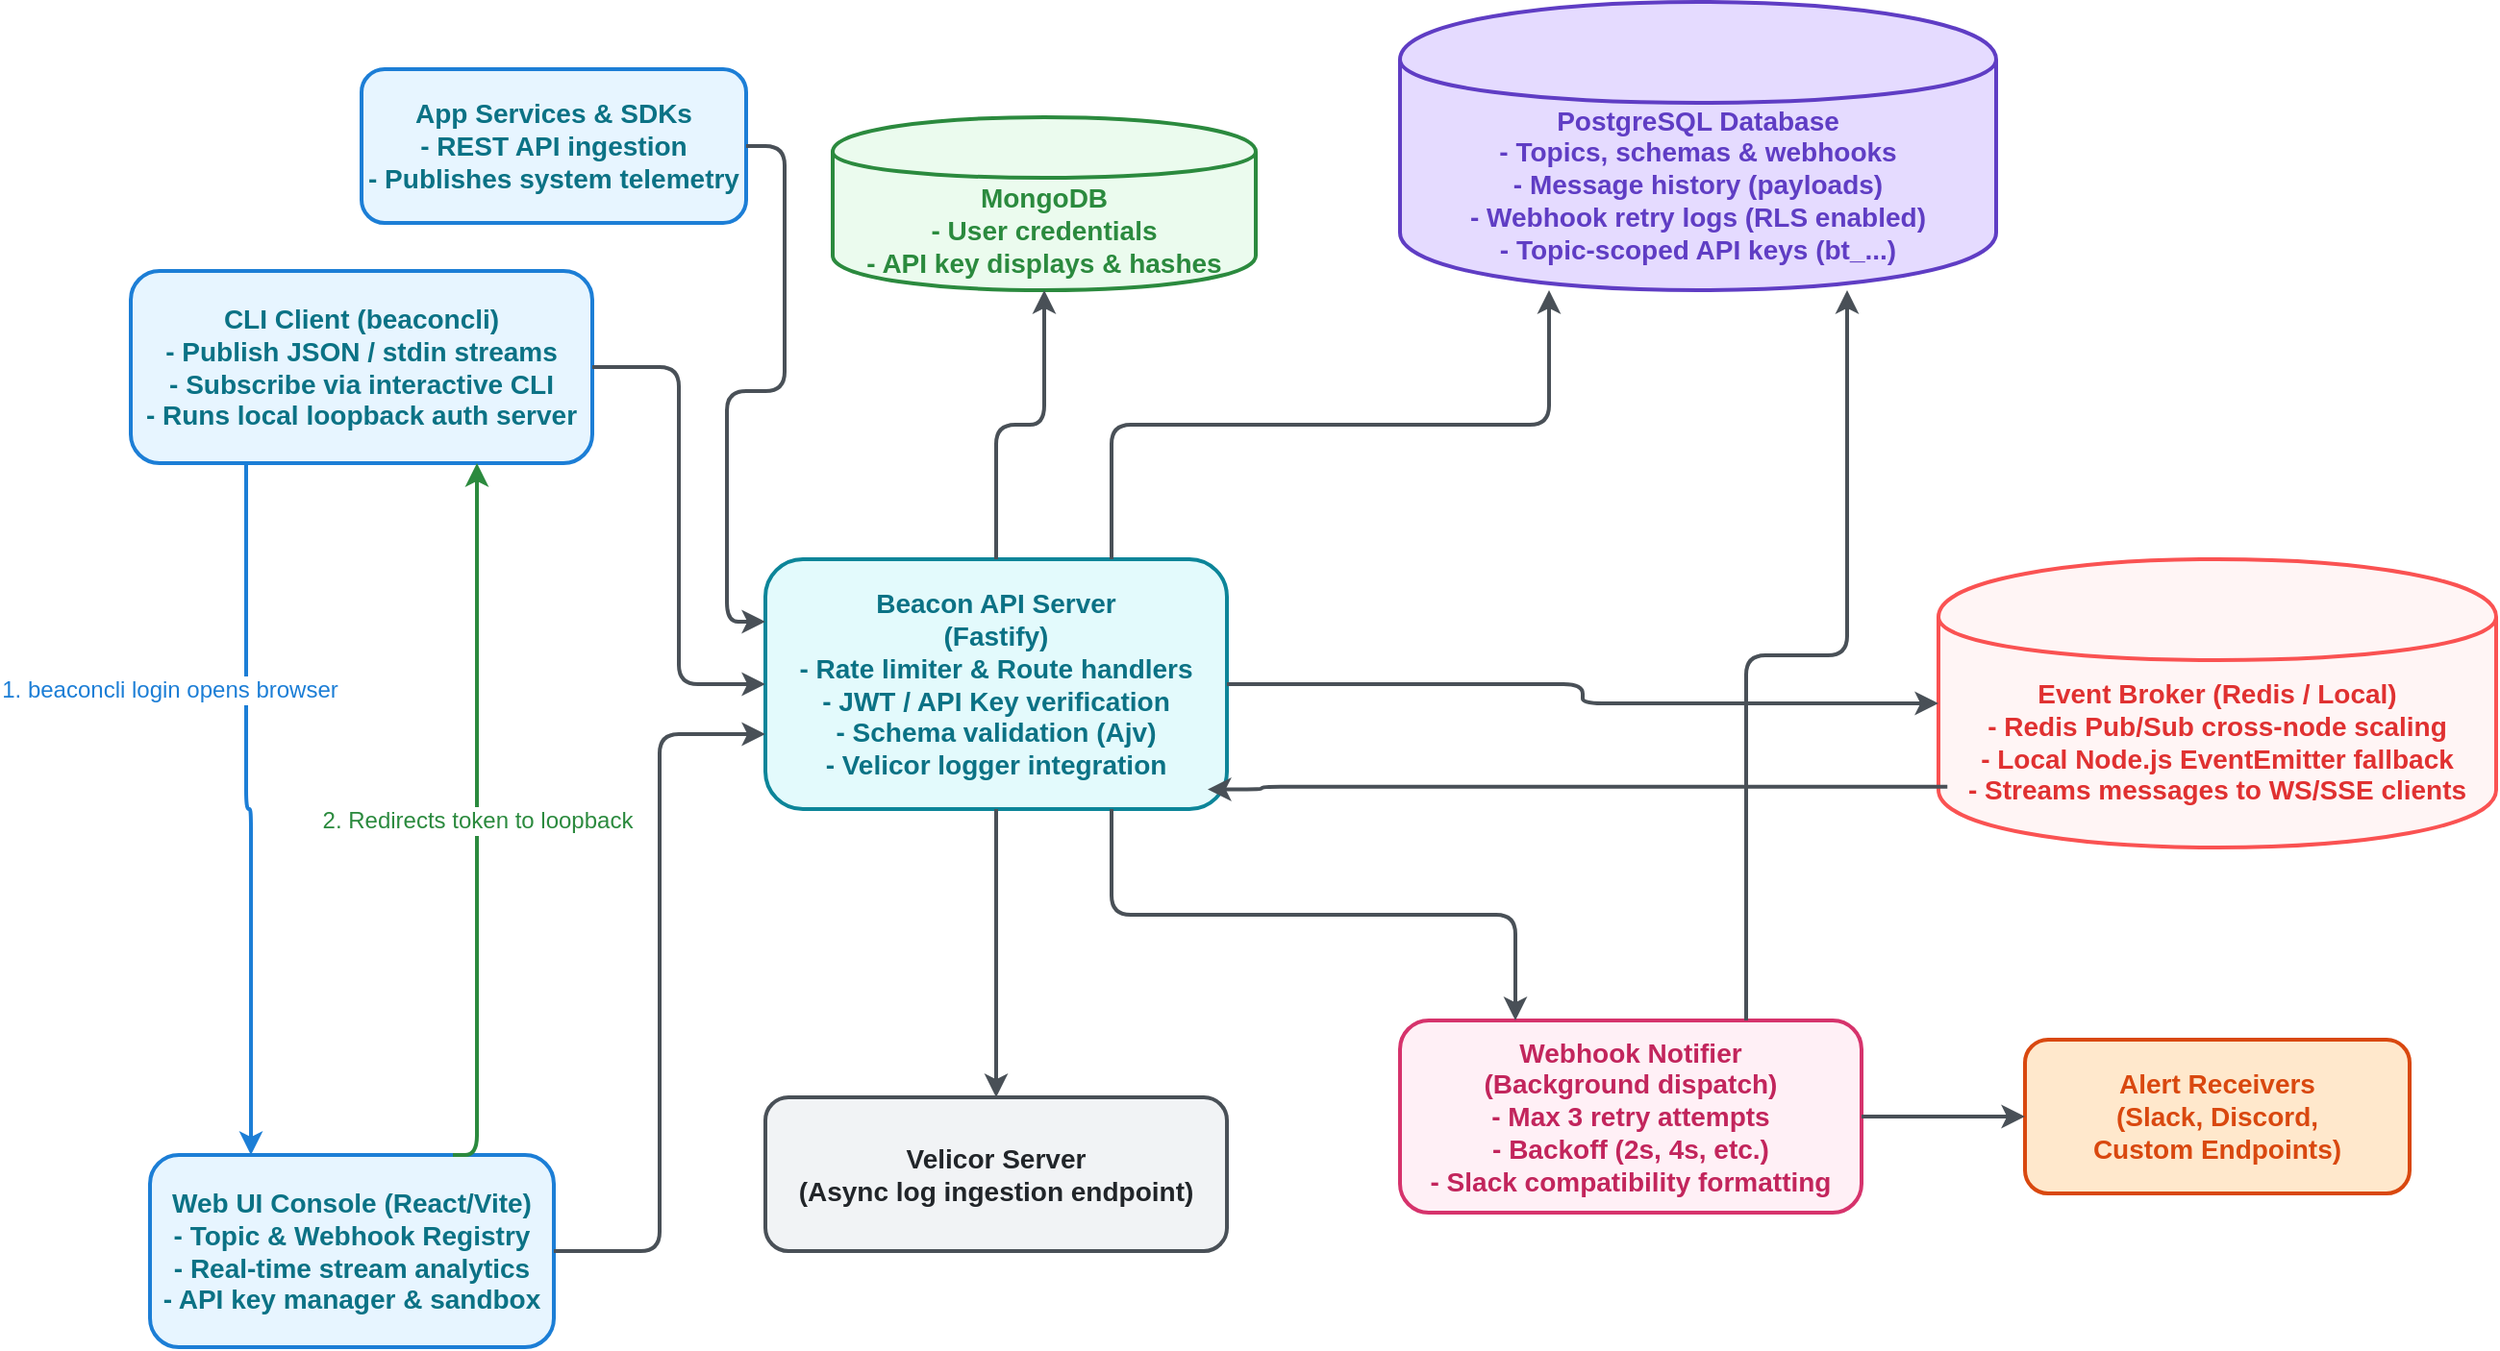
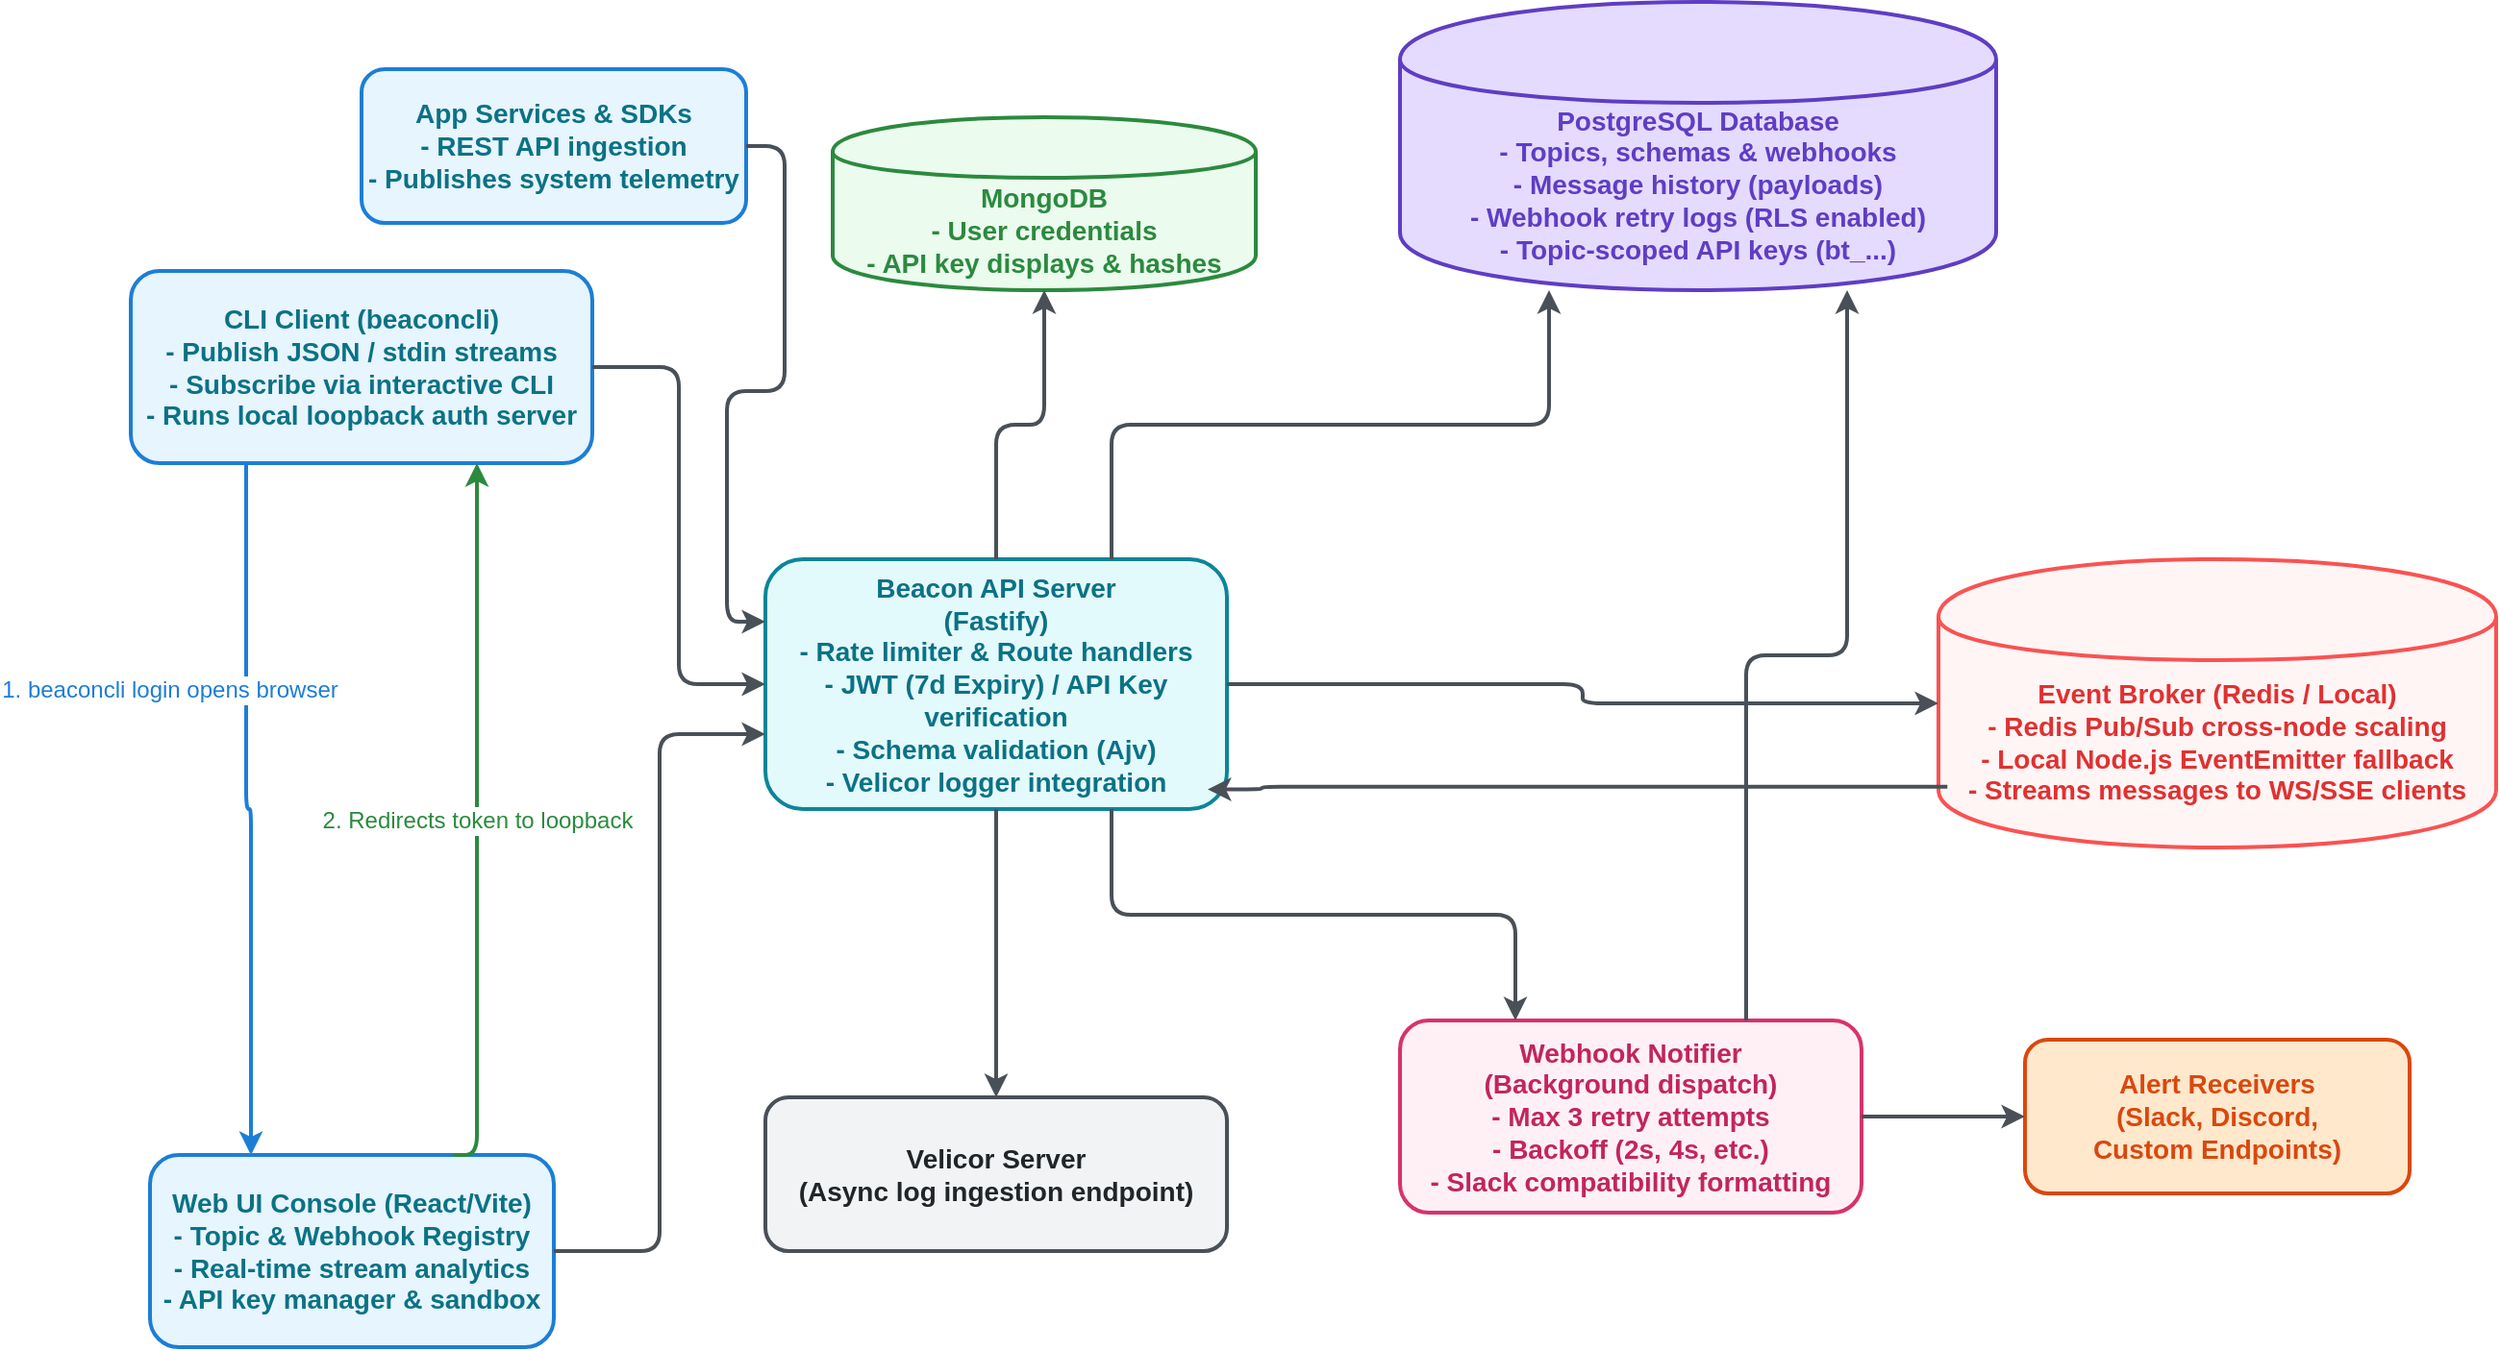
<mxfile host="Electron">
  <diagram name="Beacon Architecture" id="beacon-architecture-diag">
    <mxGraphModel dx="2862" dy="927" grid="1" gridSize="10" guides="1" tooltips="1" connect="1" arrows="1" fold="1" page="1" pageScale="1" pageWidth="850" pageHeight="1100" math="0" shadow="0">
      <root>
        <mxCell id="0" />
        <mxCell id="1" parent="0" />
        <mxCell id="beacon-app-client" parent="1" style="rounded=1;whiteSpace=wrap;html=1;strokeWidth=2;fontSize=14;fontStyle=1;fillColor=#e7f5ff;strokeColor=#1c7ed6;fontColor=#0b7285;" value="App Services &amp;amp; SDKs&lt;br/&gt;- REST API ingestion&lt;br/&gt;- Publishes system telemetry" vertex="1">
          <mxGeometry height="80" width="200" x="180" y="135" as="geometry" />
        </mxCell>
        <mxCell id="beacon-publisher" parent="1" style="rounded=1;whiteSpace=wrap;html=1;strokeWidth=2;fontSize=14;fontStyle=1;fillColor=#e7f5ff;strokeColor=#1c7ed6;fontColor=#0b7285;" value="CLI Client (beaconcli)&lt;br/&gt;- Publish JSON / stdin streams&lt;br/&gt;- Subscribe via interactive CLI&lt;br/&gt;- Runs local loopback auth server" vertex="1">
          <mxGeometry height="100" width="240" x="60" y="240" as="geometry" />
        </mxCell>
        <mxCell id="beacon-subscriber" parent="1" style="rounded=1;whiteSpace=wrap;html=1;strokeWidth=2;fontSize=14;fontStyle=1;fillColor=#e7f5ff;strokeColor=#1c7ed6;fontColor=#0b7285;" value="Web UI Console (React/Vite)&lt;br/&gt;- Topic &amp;amp; Webhook Registry&lt;br/&gt;- Real-time stream analytics&lt;br/&gt;- API key manager &amp;amp; sandbox" vertex="1">
          <mxGeometry height="100" width="210" x="70" y="700" as="geometry" />
        </mxCell>
-         <mxCell id="beacon-api" parent="1" style="rounded=1;whiteSpace=wrap;html=1;strokeWidth=2;fontSize=14;fontStyle=1;fillColor=#e3fafc;strokeColor=#0c8599;fontColor=#0b7285;" value="Beacon API Server&lt;br/&gt;(Fastify)&lt;br/&gt;- Rate limiter &amp;amp; Route handlers&lt;br/&gt;- JWT / API Key verification&lt;br/&gt;- Schema validation (Ajv)&lt;br/&gt;- Velicor logger integration" vertex="1">
+         <mxCell id="beacon-api" parent="1" style="rounded=1;whiteSpace=wrap;html=1;strokeWidth=2;fontSize=14;fontStyle=1;fillColor=#e3fafc;strokeColor=#0c8599;fontColor=#0b7285;" value="Beacon API Server&lt;br/&gt;(Fastify)&lt;br/&gt;- Rate limiter &amp;amp; Route handlers&lt;br/&gt;- JWT (7d Expiry) / API Key verification&lt;br/&gt;- Schema validation (Ajv)&lt;br/&gt;- Velicor logger integration" vertex="1">
          <mxGeometry height="130" width="240" x="390" y="390" as="geometry" />
        </mxCell>
        <mxCell id="beacon-mongodb" parent="1" style="shape=cylinder;whiteSpace=wrap;html=1;boundedLbl=1;backgroundOutline=1;strokeWidth=2;fontSize=14;fontStyle=1;fillColor=#ebfbee;strokeColor=#2b8a3e;fontColor=#2b8a3e;" value="MongoDB&lt;br/&gt;- User credentials&lt;br/&gt;- API key displays &amp;amp; hashes" vertex="1">
          <mxGeometry height="90" width="220" x="425" y="160" as="geometry" />
        </mxCell>
        <mxCell id="beacon-postgresql" parent="1" style="shape=cylinder;whiteSpace=wrap;html=1;boundedLbl=1;backgroundOutline=1;strokeWidth=2;fontSize=14;fontStyle=1;fillColor=#e5dbff;strokeColor=#5f3dc4;fontColor=#5f3dc4;" value="PostgreSQL Database&lt;br/&gt;- Topics, schemas &amp;amp; webhooks&lt;br/&gt;- Message history (payloads)&lt;br/&gt;- Webhook retry logs (RLS enabled)&lt;br/&gt;- Topic-scoped API keys (bt_...)" vertex="1">
          <mxGeometry height="150" width="310" x="720" y="100" as="geometry" />
        </mxCell>
        <mxCell id="beacon-redis" parent="1" style="shape=cylinder;whiteSpace=wrap;html=1;boundedLbl=1;backgroundOutline=1;strokeWidth=2;fontSize=14;fontStyle=1;fillColor=#fff5f5;strokeColor=#fa5252;fontColor=#e03131;" value="Event Broker (Redis / Local)&lt;br/&gt;- Redis Pub/Sub cross-node scaling&lt;br/&gt;- Local Node.js EventEmitter fallback&lt;br/&gt;- Streams messages to WS/SSE clients" vertex="1">
          <mxGeometry height="150" width="290" x="1000" y="390" as="geometry" />
        </mxCell>
        <mxCell id="beacon-webhooks" parent="1" style="rounded=1;whiteSpace=wrap;html=1;strokeWidth=2;fontSize=14;fontStyle=1;fillColor=#fff0f6;strokeColor=#d6336c;fontColor=#c2255c;" value="Webhook Notifier&lt;br/&gt;(Background dispatch)&lt;br/&gt;- Max 3 retry attempts&lt;br/&gt;- Backoff (2s, 4s, etc.)&lt;br/&gt;- Slack compatibility formatting" vertex="1">
          <mxGeometry height="100" width="240" x="720" y="630" as="geometry" />
        </mxCell>
        <mxCell id="beacon-receivers" parent="1" style="rounded=1;whiteSpace=wrap;html=1;strokeWidth=2;fontSize=14;fontStyle=1;fillColor=#ffe8cc;strokeColor=#d9480f;fontColor=#d9480f;" value="Alert Receivers&lt;br/&gt;(Slack, Discord,&lt;br/&gt;Custom Endpoints)" vertex="1">
          <mxGeometry height="80" width="200" x="1045" y="640" as="geometry" />
        </mxCell>
        <mxCell id="beacon-velicor" parent="1" style="rounded=1;whiteSpace=wrap;html=1;strokeWidth=2;fontSize=14;fontStyle=1;fillColor=#f1f3f5;strokeColor=#495057;fontColor=#212529;" value="Velicor Server&lt;br/&gt;(Async log ingestion endpoint)" vertex="1">
          <mxGeometry height="80" width="240" x="390" y="670" as="geometry" />
        </mxCell>
        <mxCell id="edge-publish" edge="1" parent="1" source="beacon-app-client" style="edgeStyle=orthogonalEdgeStyle;rounded=1;orthogonalLoop=1;jettySize=auto;html=1;strokeWidth=2;strokeColor=#495057;fontSize=12;fontColor=#495057;exitX=1;exitY=0.5;entryX=0;entryY=0.25;" target="beacon-api">
          <mxGeometry relative="1" as="geometry" />
        </mxCell>
        <mxCell id="edge-sse" edge="1" parent="1" source="beacon-subscriber" style="edgeStyle=orthogonalEdgeStyle;rounded=1;orthogonalLoop=1;jettySize=auto;html=1;strokeWidth=2;strokeColor=#495057;fontSize=12;fontColor=#495057;exitX=1;exitY=0.5;entryX=0;entryY=0.7;" target="beacon-api">
          <mxGeometry relative="1" as="geometry" />
        </mxCell>
        <mxCell id="edge-ws" edge="1" parent="1" source="beacon-publisher" style="edgeStyle=orthogonalEdgeStyle;rounded=1;orthogonalLoop=1;jettySize=auto;html=1;strokeWidth=2;strokeColor=#495057;fontSize=12;fontColor=#495057;exitX=1;exitY=0.5;entryX=0;entryY=0.5;" target="beacon-api">
          <mxGeometry relative="1" as="geometry" />
        </mxCell>
        <mxCell id="edge-cli-login" edge="1" parent="1" source="beacon-publisher" style="edgeStyle=orthogonalEdgeStyle;rounded=1;orthogonalLoop=1;jettySize=auto;html=1;strokeWidth=2;strokeColor=#1c7ed6;fontSize=12;fontColor=#1c7ed6;exitX=0.25;exitY=1;entryX=0.25;entryY=0;labelBackgroundColor=#ffffff;" target="beacon-subscriber" value="1. beaconcli login opens browser">
          <mxGeometry relative="1" x="-0.3514" y="-40" as="geometry">
            <mxPoint as="offset" />
          </mxGeometry>
        </mxCell>
        <mxCell id="edge-cli-callback" edge="1" parent="1" source="beacon-subscriber" style="edgeStyle=orthogonalEdgeStyle;rounded=1;orthogonalLoop=1;jettySize=auto;html=1;strokeWidth=2;strokeColor=#2b8a3e;fontSize=12;fontColor=#2b8a3e;exitX=0.75;exitY=0;entryX=0.75;entryY=1;labelBackgroundColor=#ffffff;" target="beacon-publisher" value="2. Redirects token to loopback">
          <mxGeometry relative="1" as="geometry">
            <Array as="points">
              <mxPoint x="240" y="700" />
            </Array>
          </mxGeometry>
        </mxCell>
        <mxCell id="edge-auth" edge="1" parent="1" source="beacon-api" style="edgeStyle=orthogonalEdgeStyle;rounded=1;orthogonalLoop=1;jettySize=auto;html=1;strokeWidth=2;strokeColor=#495057;fontSize=12;fontColor=#495057;exitX=0.5;exitY=0;entryX=0.5;entryY=1;" target="beacon-mongodb">
          <mxGeometry relative="1" as="geometry" />
        </mxCell>
        <mxCell id="edge-postgres" edge="1" parent="1" source="beacon-api" style="edgeStyle=orthogonalEdgeStyle;rounded=1;orthogonalLoop=1;jettySize=auto;html=1;strokeWidth=2;strokeColor=#495057;fontSize=12;fontColor=#495057;exitX=0.75;exitY=0;entryX=0.25;entryY=1;" target="beacon-postgresql">
          <mxGeometry relative="1" as="geometry" />
        </mxCell>
        <mxCell id="edge-redis-pub" edge="1" parent="1" source="beacon-api" style="edgeStyle=orthogonalEdgeStyle;rounded=1;orthogonalLoop=1;jettySize=auto;html=1;strokeWidth=2;strokeColor=#495057;fontSize=12;fontColor=#495057;exitX=1;exitY=0.5;entryX=0;entryY=0.5;" target="beacon-redis">
          <mxGeometry relative="1" as="geometry" />
        </mxCell>
        <mxCell id="edge-redis-sub" edge="1" parent="1" source="beacon-redis" style="edgeStyle=orthogonalEdgeStyle;rounded=1;orthogonalLoop=1;jettySize=auto;html=1;strokeWidth=2;strokeColor=#495057;fontSize=12;fontColor=#495057;entryX=1.01;entryY=0.844;entryDx=0;entryDy=0;entryPerimeter=0;exitX=0.016;exitY=0.789;exitDx=0;exitDy=0;exitPerimeter=0;">
          <mxGeometry relative="1" as="geometry">
            <Array as="points">
              <mxPoint x="648" y="508" />
              <mxPoint x="648" y="510" />
            </Array>
            <mxPoint x="1030" y="510" as="sourcePoint" />
            <mxPoint x="619.9999999999999" y="509.72" as="targetPoint" />
          </mxGeometry>
        </mxCell>
        <mxCell id="edge-queue-webhook" edge="1" parent="1" source="beacon-api" style="edgeStyle=orthogonalEdgeStyle;rounded=1;orthogonalLoop=1;jettySize=auto;html=1;strokeWidth=2;strokeColor=#495057;fontSize=12;fontColor=#495057;exitX=0.75;exitY=1;entryX=0.25;entryY=0;" target="beacon-webhooks">
          <mxGeometry relative="1" as="geometry" />
        </mxCell>
        <mxCell id="edge-dispatch-webhook" edge="1" parent="1" source="beacon-webhooks" style="edgeStyle=orthogonalEdgeStyle;rounded=1;orthogonalLoop=1;jettySize=auto;html=1;strokeWidth=2;strokeColor=#495057;fontSize=12;fontColor=#495057;exitX=1;exitY=0.5;entryX=0;entryY=0.5;" target="beacon-receivers">
          <mxGeometry relative="1" as="geometry" />
        </mxCell>
        <mxCell id="edge-log-webhook" edge="1" parent="1" source="beacon-webhooks" style="edgeStyle=orthogonalEdgeStyle;rounded=1;orthogonalLoop=1;jettySize=auto;html=1;strokeWidth=2;strokeColor=#495057;fontSize=12;fontColor=#495057;exitX=0.75;exitY=0;entryX=0.75;entryY=1;" target="beacon-postgresql">
          <mxGeometry relative="1" as="geometry" />
        </mxCell>
        <mxCell id="edge-velicor-log" edge="1" parent="1" source="beacon-api" style="edgeStyle=orthogonalEdgeStyle;rounded=1;orthogonalLoop=1;jettySize=auto;html=1;strokeWidth=2;strokeColor=#495057;fontSize=12;fontColor=#495057;exitX=0.5;exitY=1;entryX=0.5;entryY=0;" target="beacon-velicor">
          <mxGeometry relative="1" as="geometry" />
        </mxCell>
      </root>
    </mxGraphModel>
  </diagram>
</mxfile>
